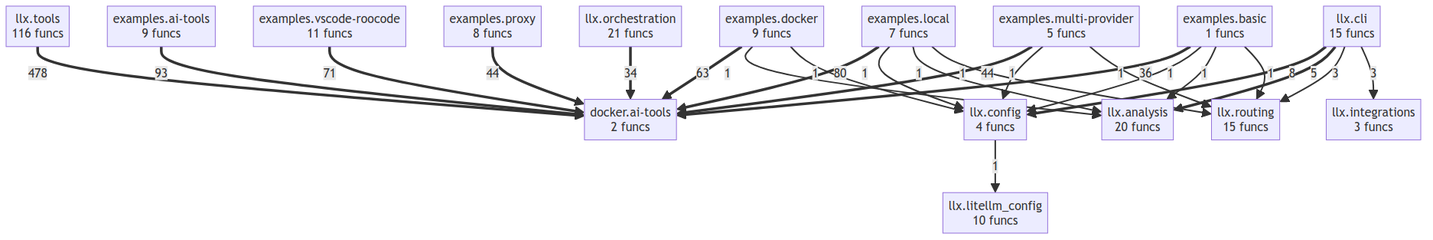
This is project/compact_flow.png from semcod/llx, a Mermaid export, as it was before one commit. Its source is kept beside it as project/compact_flow.mmd.
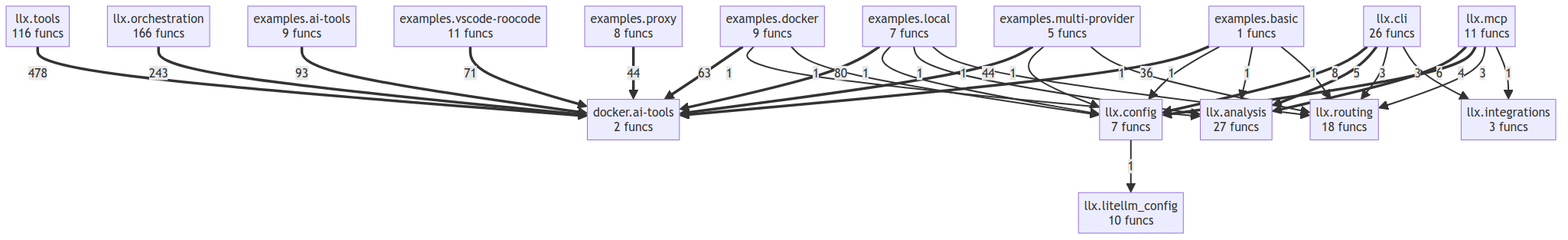
The same file after the commit.

The edit, as a diff of the source:
```diff
@@ -7,15 +7,17 @@
     examples_multi_provider["examples.multi-provider<br/>5 funcs"]
     examples_proxy["examples.proxy<br/>8 funcs"]
     examples_vscode_roocode["examples.vscode-roocode<br/>11 funcs"]
-    llx_analysis["llx.analysis<br/>20 funcs"]
-    llx_cli["llx.cli<br/>15 funcs"]
-    llx_config["llx.config<br/>4 funcs"]
+    llx_analysis["llx.analysis<br/>27 funcs"]
+    llx_cli["llx.cli<br/>26 funcs"]
+    llx_config["llx.config<br/>7 funcs"]
     llx_integrations["llx.integrations<br/>3 funcs"]
     llx_litellm_config["llx.litellm_config<br/>10 funcs"]
-    llx_orchestration["llx.orchestration<br/>21 funcs"]
-    llx_routing["llx.routing<br/>15 funcs"]
+    llx_mcp["llx.mcp<br/>11 funcs"]
+    llx_orchestration["llx.orchestration<br/>166 funcs"]
+    llx_routing["llx.routing<br/>18 funcs"]
     llx_tools["llx.tools<br/>116 funcs"]
     llx_tools ==>|478| docker_ai_tools
+    llx_orchestration ==>|243| docker_ai_tools
     examples_ai_tools ==>|93| docker_ai_tools
     examples_local ==>|80| docker_ai_tools
     examples_vscode_roocode ==>|71| docker_ai_tools
@@ -23,12 +25,15 @@
     examples_proxy ==>|44| docker_ai_tools
     examples_multi_provider ==>|44| docker_ai_tools
     examples_basic ==>|36| docker_ai_tools
-    llx_orchestration ==>|34| docker_ai_tools
     llx_cli ==>|8| llx_config
+    llx_mcp ==>|6| llx_analysis
     llx_cli ==>|5| llx_analysis
+    llx_mcp ==>|4| llx_config
     llx_cli -->|3| llx_routing
     llx_cli -->|3| llx_integrations
+    llx_mcp -->|3| llx_routing
     llx_config -->|1| llx_litellm_config
+    llx_mcp -->|1| llx_integrations
     examples_docker -->|1| llx_analysis
     examples_docker -->|1| llx_config
     examples_multi_provider -->|1| llx_config
```
